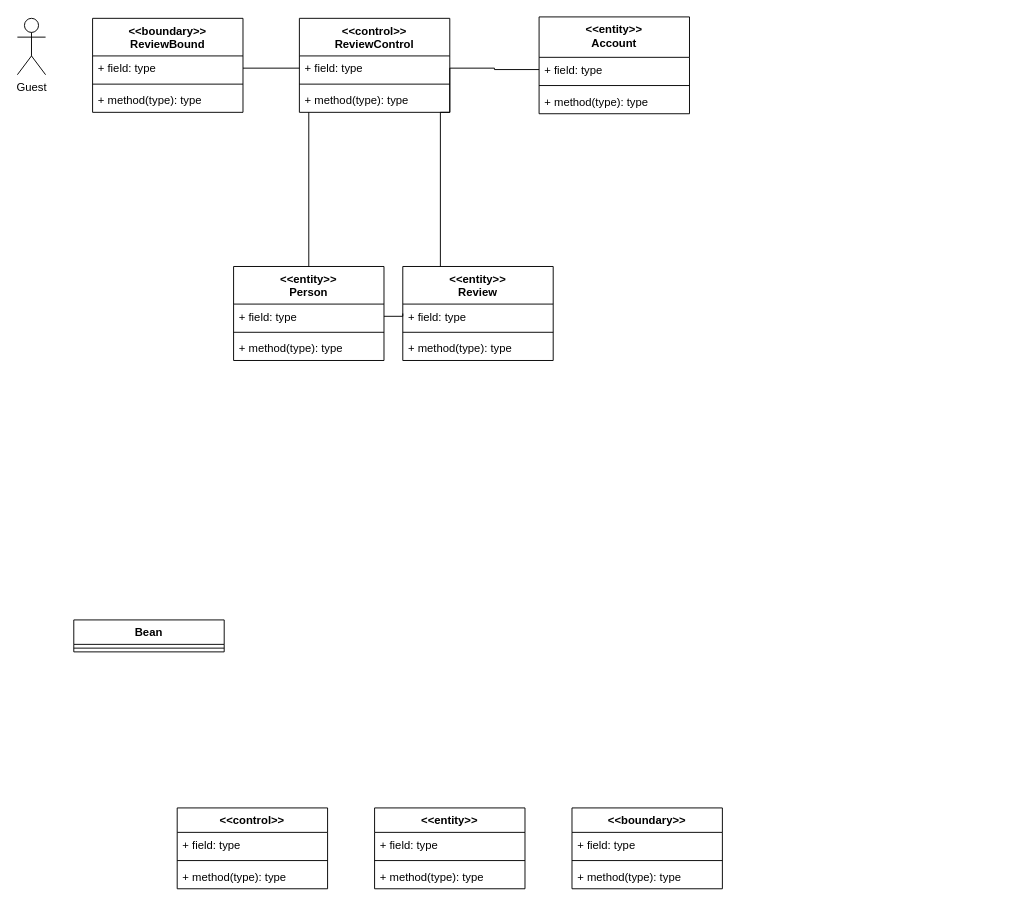
Before: Docs/VoPC/VoPC ReviewHost.drawio in nic-agos/DoveStudi, a draw.io diagram. Source tidied: cells renumbered, new cells numbered last; positions are measured from the earlier drawing's top-left corner, leaving out a move shared by most shapes. Both pictures are drawn from the tidied source at 94%, with x=0, y=0 at pixel (17, 16).
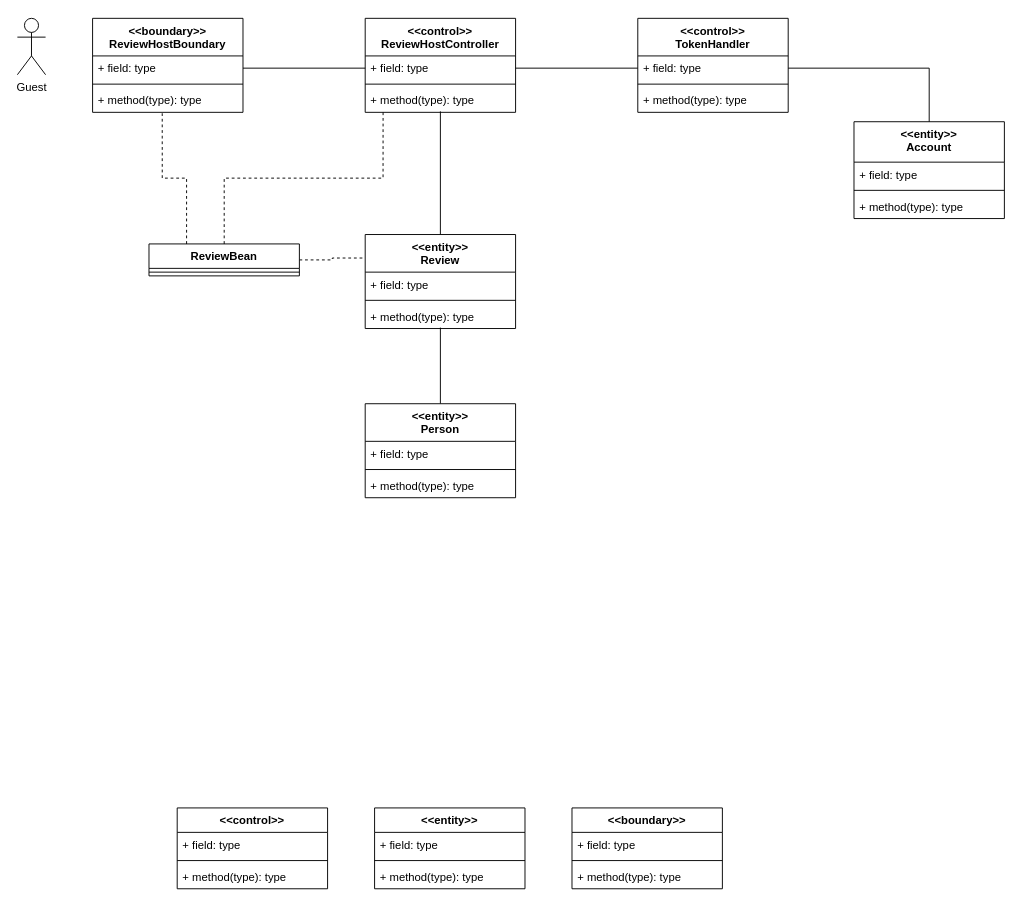
Above is the later version.

Unchanged cells that the change refers to:
```xml
<mxCell id="38" value="+ field: type" style="text;strokeColor=none;fillColor=none;align=left;verticalAlign=top;spacingLeft=4;spacingRight=4;overflow=hidden;points=[[0,0.5],[1,0.5]];portConstraint=eastwest;" parent="37" vertex="1">
  <mxGeometry y="43" width="160" height="26" as="geometry" />
</mxCell>
```

Diff of the diagram source:
```diff
@@
-    <mxCell id="14" value="Bean" style="swimlane;fontStyle=1;align=center;verticalAlign=top;horizontal=1;startSize=26;" parent="1" vertex="1">
-      <mxGeometry x="60" y="642" width="160" height="34" as="geometry" />
-    </mxCell>
+    <mxCell id="42" style="edgeStyle=orthogonalEdgeStyle;rounded=0;jettySize=auto;html=1;exitX=0.5;exitY=0;exitDx=0;exitDy=0;entryX=0.119;entryY=1;entryDx=0;entryDy=0;entryPerimeter=0;dashed=1;endArrow=none;endFill=0;" parent="1" edge="1" source="45" target="53">
+      <mxGeometry relative="1" as="geometry" />
+    </mxCell>
+    <mxCell id="43" style="edgeStyle=orthogonalEdgeStyle;rounded=0;jettySize=auto;html=1;exitX=0.25;exitY=0;exitDx=0;exitDy=0;entryX=0.463;entryY=1.038;entryDx=0;entryDy=0;entryPerimeter=0;dashed=1;endArrow=none;endFill=0;" parent="1" edge="1" source="45" target="49">
+      <mxGeometry relative="1" as="geometry" />
+    </mxCell>
+    <mxCell id="44" style="edgeStyle=orthogonalEdgeStyle;rounded=0;jettySize=auto;html=1;exitX=1;exitY=0.5;exitDx=0;exitDy=0;entryX=0;entryY=0.25;entryDx=0;entryDy=0;dashed=1;endArrow=none;endFill=0;" parent="1" edge="1" source="45" target="25">
+      <mxGeometry relative="1" as="geometry" />
+    </mxCell>
+    <mxCell id="45" value="ReviewBean" style="swimlane;fontStyle=1;align=center;verticalAlign=top;horizontal=1;startSize=26;" parent="1" vertex="1">
+      <mxGeometry x="140" y="242" width="160" height="34" as="geometry" />
+    </mxCell>
-    <mxCell id="15" style="line;strokeWidth=1;fillColor=none;align=left;verticalAlign=middle;spacingTop=-1;spacingLeft=3;spacingRight=3;labelPosition=right;" parent="14" vertex="1">
+    <mxCell id="15" style="line;strokeWidth=1;fillColor=none;align=left;verticalAlign=middle;spacingTop=-1;spacingLeft=3;spacingRight=3;labelPosition=right;" parent="45" vertex="1">
       <mxGeometry y="26" width="160" height="8" as="geometry" />
     </mxCell>
@@
-    <mxCell id="17" value="&lt;&lt;boundary&gt;&gt;&#10;ReviewBound" style="swimlane;fontStyle=1;align=center;verticalAlign=top;horizontal=1;startSize=40;" parent="1" vertex="1">
-      <mxGeometry x="80" y="2" width="160" height="100" as="geometry" />
-    </mxCell>
-    <mxCell id="18" value="+ field: type" style="text;strokeColor=none;fillColor=none;align=left;verticalAlign=top;spacingLeft=4;spacingRight=4;overflow=hidden;points=[[0,0.5],[1,0.5]];portConstraint=eastwest;" parent="17" vertex="1">
-      <mxGeometry y="40" width="160" height="26" as="geometry" />
-    </mxCell>
-    <mxCell id="19" style="line;strokeWidth=1;fillColor=none;align=left;verticalAlign=middle;spacingTop=-1;spacingLeft=3;spacingRight=3;labelPosition=right;" parent="17" vertex="1">
-      <mxGeometry y="66" width="160" height="8" as="geometry" />
-    </mxCell>
-    <mxCell id="20" value="+ method(type): type" style="text;strokeColor=none;fillColor=none;align=left;verticalAlign=top;spacingLeft=4;spacingRight=4;overflow=hidden;" parent="17" vertex="1">
-      <mxGeometry y="74" width="160" height="26" as="geometry" />
-    </mxCell>
-    <mxCell id="21" value="&lt;&lt;control&gt;&gt;&#10;ReviewControl" style="swimlane;fontStyle=1;align=center;verticalAlign=top;horizontal=1;startSize=40;" parent="1" vertex="1">
-      <mxGeometry x="300" y="2" width="160" height="100" as="geometry" />
-    </mxCell>
-    <mxCell id="22" value="+ field: type" style="text;strokeColor=none;fillColor=none;align=left;verticalAlign=top;spacingLeft=4;spacingRight=4;overflow=hidden;points=[[0,0.5],[1,0.5]];portConstraint=eastwest;" parent="21" vertex="1">
-      <mxGeometry y="40" width="160" height="26" as="geometry" />
-    </mxCell>
-    <mxCell id="23" style="line;strokeWidth=1;fillColor=none;align=left;verticalAlign=middle;spacingTop=-1;spacingLeft=3;spacingRight=3;labelPosition=right;" parent="21" vertex="1">
-      <mxGeometry y="66" width="160" height="8" as="geometry" />
-    </mxCell>
-    <mxCell id="24" value="+ method(type): type" style="text;strokeColor=none;fillColor=none;align=left;verticalAlign=top;spacingLeft=4;spacingRight=4;overflow=hidden;" parent="21" vertex="1">
-      <mxGeometry y="74" width="160" height="26" as="geometry" />
-    </mxCell>
+    <mxCell id="46" value="&lt;&lt;boundary&gt;&gt;&#10;ReviewHostBoundary" style="swimlane;fontStyle=1;align=center;verticalAlign=top;horizontal=1;startSize=40;" parent="1" vertex="1">
+      <mxGeometry x="80" y="2" width="160" height="100" as="geometry" />
+    </mxCell>
+    <mxCell id="47" value="+ field: type" style="text;strokeColor=none;fillColor=none;align=left;verticalAlign=top;spacingLeft=4;spacingRight=4;overflow=hidden;points=[[0,0.5],[1,0.5]];portConstraint=eastwest;" parent="46" vertex="1">
+      <mxGeometry y="40" width="160" height="26" as="geometry" />
+    </mxCell>
+    <mxCell id="48" style="line;strokeWidth=1;fillColor=none;align=left;verticalAlign=middle;spacingTop=-1;spacingLeft=3;spacingRight=3;labelPosition=right;" parent="46" vertex="1">
+      <mxGeometry y="66" width="160" height="8" as="geometry" />
+    </mxCell>
+    <mxCell id="49" value="+ method(type): type" style="text;strokeColor=none;fillColor=none;align=left;verticalAlign=top;spacingLeft=4;spacingRight=4;overflow=hidden;points=[[0,0.5],[1,0.5]];portConstraint=eastwest;" parent="46" vertex="1">
+      <mxGeometry y="74" width="160" height="26" as="geometry" />
+    </mxCell>
+    <mxCell id="50" value="&lt;&lt;control&gt;&gt;&#10;ReviewHostController" style="swimlane;fontStyle=1;align=center;verticalAlign=top;horizontal=1;startSize=40;" parent="1" vertex="1">
+      <mxGeometry x="370" y="2" width="160" height="100" as="geometry" />
+    </mxCell>
+    <mxCell id="51" value="+ field: type" style="text;strokeColor=none;fillColor=none;align=left;verticalAlign=top;spacingLeft=4;spacingRight=4;overflow=hidden;points=[[0,0.5],[1,0.5]];portConstraint=eastwest;" parent="50" vertex="1">
+      <mxGeometry y="40" width="160" height="26" as="geometry" />
+    </mxCell>
+    <mxCell id="52" style="line;strokeWidth=1;fillColor=none;align=left;verticalAlign=middle;spacingTop=-1;spacingLeft=3;spacingRight=3;labelPosition=right;" parent="50" vertex="1">
+      <mxGeometry y="66" width="160" height="8" as="geometry" />
+    </mxCell>
+    <mxCell id="53" value="+ method(type): type" style="text;strokeColor=none;fillColor=none;align=left;verticalAlign=top;spacingLeft=4;spacingRight=4;overflow=hidden;points=[[0,0.5],[1,0.5]];portConstraint=eastwest;" parent="50" vertex="1">
+      <mxGeometry y="74" width="160" height="26" as="geometry" />
+    </mxCell>
+    <mxCell id="54" style="edgeStyle=orthogonalEdgeStyle;rounded=0;jettySize=auto;html=1;entryX=0.5;entryY=0.962;entryDx=0;entryDy=0;entryPerimeter=0;endArrow=none;endFill=0;" parent="1" edge="1" source="25" target="53">
+      <mxGeometry relative="1" as="geometry" />
+    </mxCell>
     <mxCell id="25" value="&lt;&lt;entity&gt;&gt;&#10;Review" style="swimlane;fontStyle=1;align=center;verticalAlign=top;horizontal=1;startSize=40;" parent="1" vertex="1">
-      <mxGeometry x="410" y="266" width="160" height="100" as="geometry" />
+      <mxGeometry x="370" y="232" width="160" height="100" as="geometry" />
     </mxCell>
-    <mxCell id="26" value="+ field: type" style="text;strokeColor=none;fillColor=none;align=left;verticalAlign=top;spacingLeft=4;spacingRight=4;overflow=hidden;" parent="25" vertex="1">
-      <mxGeometry y="40" width="160" height="26" as="geometry" />
-    </mxCell>
-    <mxCell id="27" style="line;strokeWidth=1;fillColor=none;align=left;verticalAlign=middle;spacingTop=-1;spacingLeft=3;spacingRight=3;labelPosition=right;" parent="25" vertex="1">
-      <mxGeometry y="66" width="160" height="8" as="geometry" />
-    </mxCell>
-    <mxCell id="28" value="+ method(type): type" style="text;strokeColor=none;fillColor=none;align=left;verticalAlign=top;spacingLeft=4;spacingRight=4;overflow=hidden;" parent="25" vertex="1">
-      <mxGeometry y="74" width="160" height="26" as="geometry" />
-    </mxCell>
-    <mxCell id="29" style="edgeStyle=orthogonalEdgeStyle;rounded=0;jettySize=auto;html=1;exitX=0.5;exitY=0;exitDx=0;exitDy=0;endArrow=none;endFill=0;" parent="1" edge="1" source="30" target="21">
-      <mxGeometry relative="1" as="geometry">
-        <Array as="points">
-          <mxPoint x="310" y="102" />
-        </Array>
-      </mxGeometry>
-    </mxCell>
+    <mxCell id="55" value="+ field: type" style="text;strokeColor=none;fillColor=none;align=left;verticalAlign=top;spacingLeft=4;spacingRight=4;overflow=hidden;" parent="25" vertex="1">
+      <mxGeometry y="40" width="160" height="26" as="geometry" />
+    </mxCell>
+    <mxCell id="56" style="line;strokeWidth=1;fillColor=none;align=left;verticalAlign=middle;spacingTop=-1;spacingLeft=3;spacingRight=3;labelPosition=right;" parent="25" vertex="1">
+      <mxGeometry y="66" width="160" height="8" as="geometry" />
+    </mxCell>
+    <mxCell id="57" value="+ method(type): type" style="text;strokeColor=none;fillColor=none;align=left;verticalAlign=top;spacingLeft=4;spacingRight=4;overflow=hidden;points=[[0,0.5],[1,0.5]];portConstraint=eastwest;" parent="25" vertex="1">
+      <mxGeometry y="74" width="160" height="26" as="geometry" />
+    </mxCell>
+    <mxCell id="58" style="edgeStyle=orthogonalEdgeStyle;rounded=0;jettySize=auto;html=1;entryX=0.5;entryY=0.962;entryDx=0;entryDy=0;entryPerimeter=0;endArrow=none;endFill=0;" parent="1" edge="1" source="30" target="57">
+      <mxGeometry relative="1" as="geometry" />
+    </mxCell>
     <mxCell id="30" value="&lt;&lt;entity&gt;&gt;&#10;Person" style="swimlane;fontStyle=1;align=center;verticalAlign=top;horizontal=1;startSize=40;" parent="1" vertex="1">
-      <mxGeometry x="230" y="266" width="160" height="100" as="geometry" />
+      <mxGeometry x="370" y="412" width="160" height="100" as="geometry" />
     </mxCell>
-    <mxCell id="31" value="+ field: type" style="text;strokeColor=none;fillColor=none;align=left;verticalAlign=top;spacingLeft=4;spacingRight=4;overflow=hidden;points=[[0,0.5],[1,0.5]];portConstraint=eastwest;" parent="30" vertex="1">
-      <mxGeometry y="40" width="160" height="26" as="geometry" />
-    </mxCell>
-    <mxCell id="32" style="line;strokeWidth=1;fillColor=none;align=left;verticalAlign=middle;spacingTop=-1;spacingLeft=3;spacingRight=3;labelPosition=right;" parent="30" vertex="1">
-      <mxGeometry y="66" width="160" height="8" as="geometry" />
-    </mxCell>
-    <mxCell id="33" value="+ method(type): type" style="text;strokeColor=none;fillColor=none;align=left;verticalAlign=top;spacingLeft=4;spacingRight=4;overflow=hidden;" parent="30" vertex="1">
-      <mxGeometry y="74" width="160" height="26" as="geometry" />
-    </mxCell>
-    <mxCell id="34" style="edgeStyle=orthogonalEdgeStyle;rounded=0;jettySize=auto;html=1;exitX=1;exitY=0.5;exitDx=0;exitDy=0;entryX=0;entryY=0.5;entryDx=0;entryDy=0;endArrow=none;endFill=0;" parent="1" edge="1" source="18" target="22">
-      <mxGeometry relative="1" as="geometry" />
-    </mxCell>
-    <mxCell id="35" style="edgeStyle=orthogonalEdgeStyle;rounded=0;jettySize=auto;html=1;exitX=1;exitY=0.5;exitDx=0;exitDy=0;endArrow=none;endFill=0;" parent="1" edge="1" source="22" target="25">
-      <mxGeometry relative="1" as="geometry">
-        <Array as="points">
-          <mxPoint x="460" y="102" />
-          <mxPoint x="450" y="102" />
-        </Array>
-      </mxGeometry>
-    </mxCell>
-    <mxCell id="36" style="edgeStyle=orthogonalEdgeStyle;rounded=0;jettySize=auto;html=1;exitX=1;exitY=0.5;exitDx=0;exitDy=0;endArrow=none;endFill=0;" parent="1" edge="1" source="31" target="25">
-      <mxGeometry relative="1" as="geometry" />
-    </mxCell>
+    <mxCell id="59" value="+ field: type" style="text;strokeColor=none;fillColor=none;align=left;verticalAlign=top;spacingLeft=4;spacingRight=4;overflow=hidden;" parent="30" vertex="1">
+      <mxGeometry y="40" width="160" height="26" as="geometry" />
+    </mxCell>
+    <mxCell id="60" style="line;strokeWidth=1;fillColor=none;align=left;verticalAlign=middle;spacingTop=-1;spacingLeft=3;spacingRight=3;labelPosition=right;" parent="30" vertex="1">
+      <mxGeometry y="66" width="160" height="8" as="geometry" />
+    </mxCell>
+    <mxCell id="61" value="+ method(type): type" style="text;strokeColor=none;fillColor=none;align=left;verticalAlign=top;spacingLeft=4;spacingRight=4;overflow=hidden;" parent="30" vertex="1">
+      <mxGeometry y="74" width="160" height="26" as="geometry" />
+    </mxCell>
+    <mxCell id="62" style="edgeStyle=orthogonalEdgeStyle;rounded=0;jettySize=auto;html=1;exitX=1;exitY=0.5;exitDx=0;exitDy=0;entryX=0;entryY=0.5;entryDx=0;entryDy=0;endArrow=none;endFill=0;" parent="1" edge="1" source="47" target="51">
+      <mxGeometry relative="1" as="geometry" />
+    </mxCell>
     <mxCell id="37" value="&lt;&lt;entity&gt;&gt;&#10;Account" style="swimlane;fontStyle=1;align=center;verticalAlign=top;horizontal=1;startSize=43;" parent="1" vertex="1">
-      <mxGeometry x="555" y="0.5" width="160" height="103" as="geometry" />
+      <mxGeometry x="890" y="112" width="160" height="103" as="geometry" />
     </mxCell>
@@
-    <mxCell id="41" style="edgeStyle=orthogonalEdgeStyle;rounded=0;jettySize=auto;html=1;exitX=1;exitY=0.5;exitDx=0;exitDy=0;endArrow=none;endFill=0;" parent="1" edge="1" source="22" target="38">
-      <mxGeometry relative="1" as="geometry" />
-    </mxCell>
+    <mxCell id="63" value="&lt;&lt;control&gt;&gt;&#10;TokenHandler" style="swimlane;fontStyle=1;align=center;verticalAlign=top;horizontal=1;startSize=40;" parent="1" vertex="1">
+      <mxGeometry x="660" y="2" width="160" height="100" as="geometry" />
+    </mxCell>
+    <mxCell id="64" value="+ field: type" style="text;strokeColor=none;fillColor=none;align=left;verticalAlign=top;spacingLeft=4;spacingRight=4;overflow=hidden;points=[[0,0.5],[1,0.5]];portConstraint=eastwest;" parent="63" vertex="1">
+      <mxGeometry y="40" width="160" height="26" as="geometry" />
+    </mxCell>
+    <mxCell id="65" style="line;strokeWidth=1;fillColor=none;align=left;verticalAlign=middle;spacingTop=-1;spacingLeft=3;spacingRight=3;labelPosition=right;" parent="63" vertex="1">
+      <mxGeometry y="66" width="160" height="8" as="geometry" />
+    </mxCell>
+    <mxCell id="66" value="+ method(type): type" style="text;strokeColor=none;fillColor=none;align=left;verticalAlign=top;spacingLeft=4;spacingRight=4;overflow=hidden;" parent="63" vertex="1">
+      <mxGeometry y="74" width="160" height="26" as="geometry" />
+    </mxCell>
+    <mxCell id="67" style="edgeStyle=orthogonalEdgeStyle;rounded=0;jettySize=auto;html=1;entryX=0.5;entryY=0;entryDx=0;entryDy=0;endArrow=none;endFill=0;" parent="1" edge="1" source="64" target="37">
+      <mxGeometry relative="1" as="geometry" />
+    </mxCell>
+    <mxCell id="68" style="edgeStyle=orthogonalEdgeStyle;rounded=0;jettySize=auto;html=1;entryX=0;entryY=0.5;entryDx=0;entryDy=0;endArrow=none;endFill=0;" parent="1" edge="1" source="51" target="64">
+      <mxGeometry relative="1" as="geometry" />
+    </mxCell>
```
